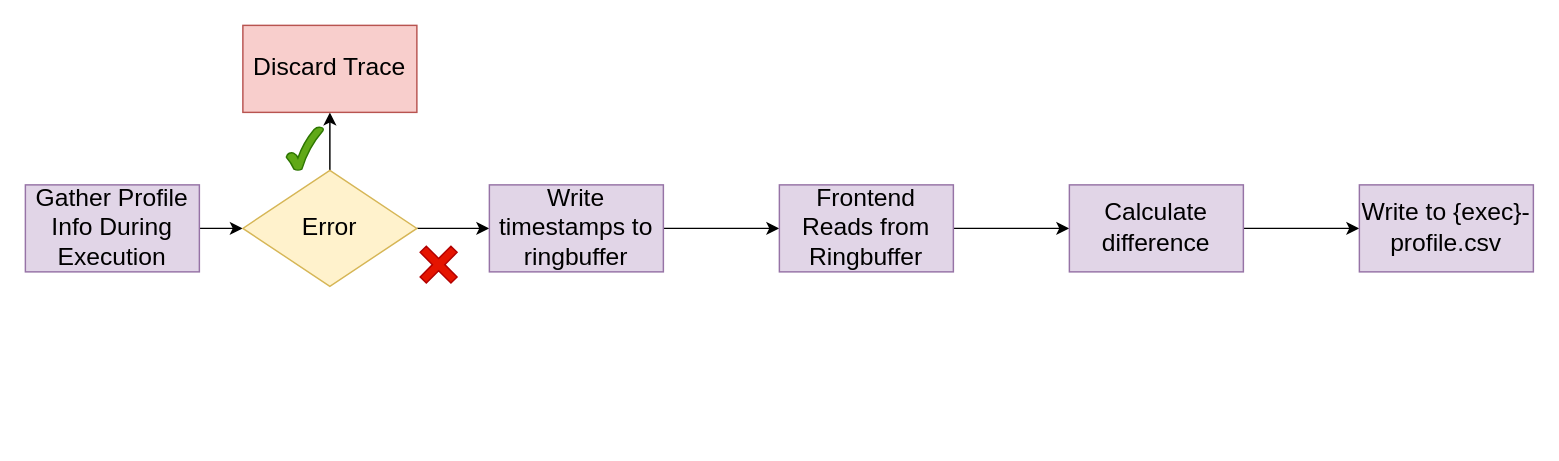
tcassar-diss/report keeps this draw.io diagram as diagrams/profiling-flow-actual.drawio. Above is the earlier version. Source tidied: cells renumbered, new cells numbered last; positions are measured from the earlier drawing's top-left corner, leaving out a move shared by most shapes. Both pictures are drawn from the tidied source at 145%, with x=0, y=0 at pixel (25, 25).
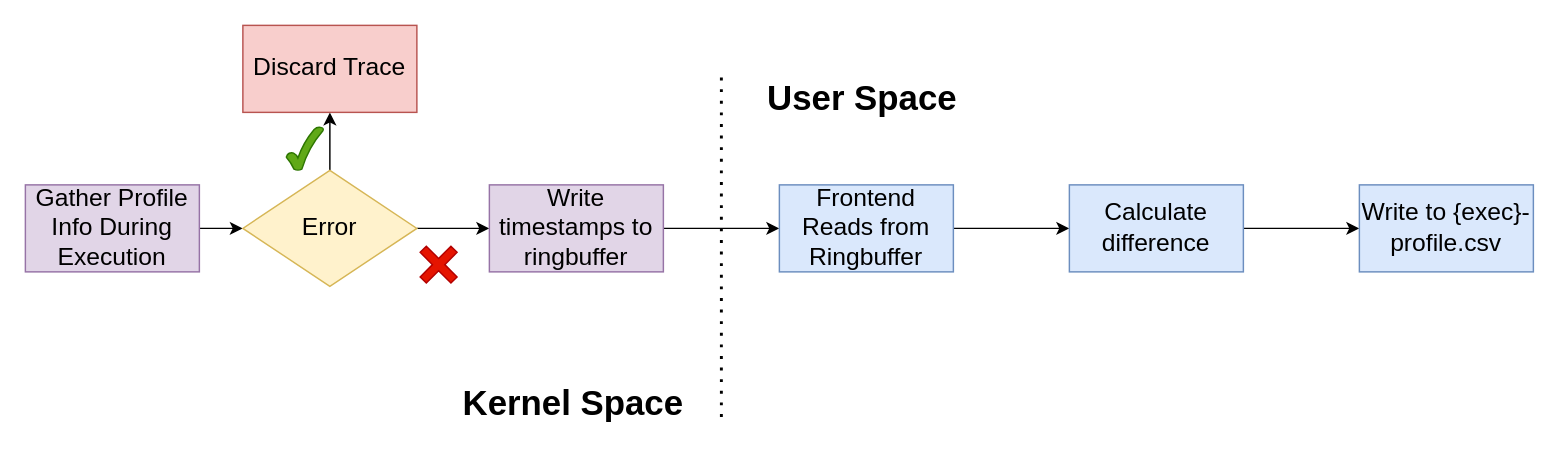
After the change.

The edit, as a diff of the source:
```diff
@@
-    <mxCell id="13" value="Frontend Reads from Ringbuffer" style="whiteSpace=wrap;html=1;fillColor=#e1d5e7;strokeColor=#9673a6;fontSize=17;" parent="1" vertex="1">
+    <mxCell id="13" value="Frontend Reads from Ringbuffer" style="whiteSpace=wrap;html=1;fillColor=#dae8fc;strokeColor=#6c8ebf;fontSize=17;" parent="1" vertex="1">
       <mxGeometry x="520" y="110" width="120" height="60" as="geometry" />
     </mxCell>
@@
-    <mxCell id="15" value="Calculate difference" style="whiteSpace=wrap;html=1;fillColor=#e1d5e7;strokeColor=#9673a6;fontSize=17;" parent="1" vertex="1">
+    <mxCell id="15" value="Calculate difference" style="whiteSpace=wrap;html=1;fillColor=#dae8fc;strokeColor=#6c8ebf;fontSize=17;" parent="1" vertex="1">
       <mxGeometry x="720" y="110" width="120" height="60" as="geometry" />
     </mxCell>
-    <mxCell id="16" value="Write to {exec}-profile.csv" style="whiteSpace=wrap;html=1;fillColor=#e1d5e7;strokeColor=#9673a6;fontSize=17;" parent="1" vertex="1">
+    <mxCell id="16" value="Write to {exec}-profile.csv" style="whiteSpace=wrap;html=1;fillColor=#dae8fc;strokeColor=#6c8ebf;fontSize=17;" parent="1" vertex="1">
       <mxGeometry x="920" y="110" width="120" height="60" as="geometry" />
     </mxCell>
+    <mxCell id="17" style="endArrow=none;dashed=1;html=1;dashPattern=1 3;strokeWidth=2;rounded=0;" parent="1" edge="1">
+      <mxGeometry relative="1" as="geometry">
+        <mxPoint x="480" y="270" as="sourcePoint" />
+        <mxPoint x="480" y="30" as="targetPoint" />
+      </mxGeometry>
+    </mxCell>
+    <mxCell id="18" value="&lt;h1 style=&quot;margin-top: 0px;&quot;&gt;Kernel Space&lt;/h1&gt;" style="text;html=1;whiteSpace=wrap;overflow=hidden;rounded=0;" parent="1" vertex="1">
+      <mxGeometry x="300" y="240" width="180" height="40" as="geometry" />
+    </mxCell>
+    <mxCell id="19" value="&lt;h1 style=&quot;margin-top: 0px;&quot;&gt;User Space&lt;/h1&gt;" style="text;html=1;whiteSpace=wrap;overflow=hidden;rounded=0;" parent="1" vertex="1">
+      <mxGeometry x="510" y="30" width="180" height="40" as="geometry" />
+    </mxCell>
```
